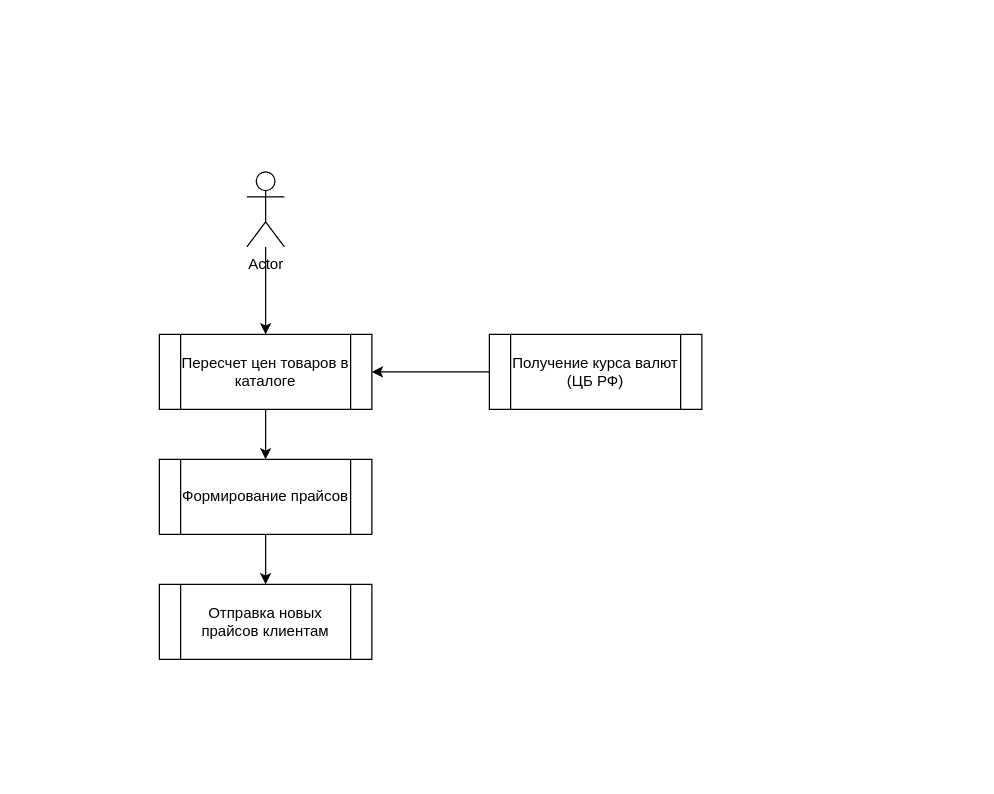
This is Diagramms/Processes.drawio from Calabonga/BackgroundWorker, a draw.io file, before an edit. Source tidied: cells renumbered, new cells numbered last; positions are measured from the earlier drawing's top-left corner, leaving out a move shared by most shapes. Both pictures are drawn from the tidied source at 125%, with x=0, y=0 at pixel (159, 171).
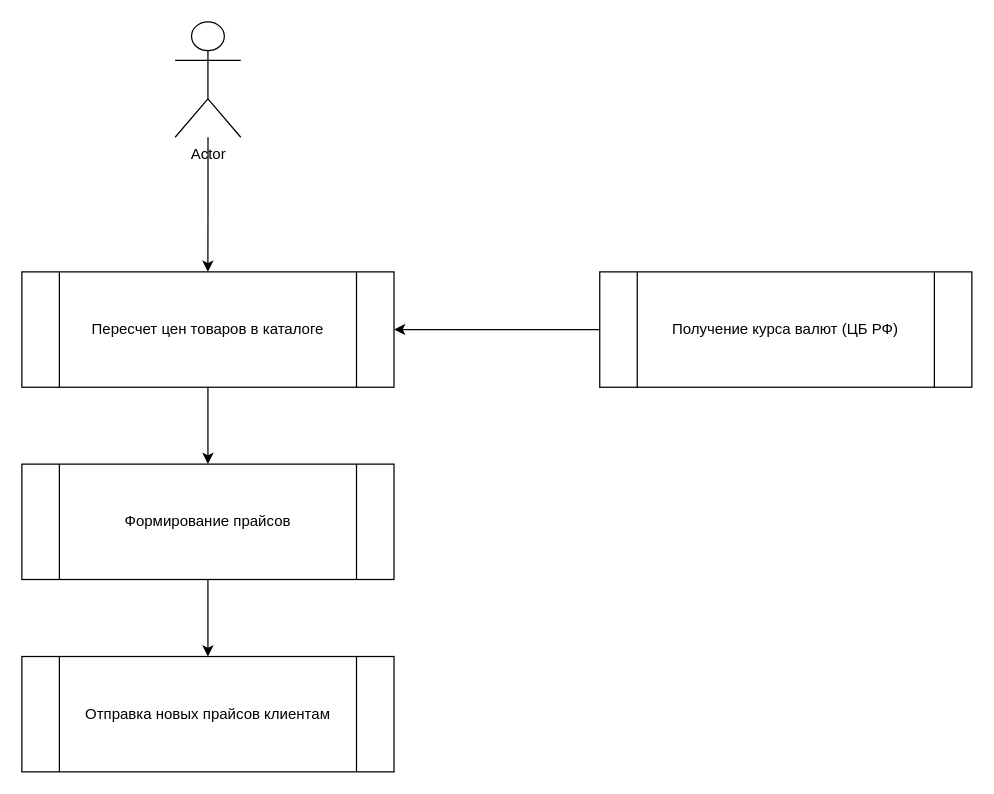
Above is the later version.

Diff of the diagram source:
```diff
@@
 <mxGraphModel>
   <root>
     <mxCell id="0" />
     <mxCell id="1" parent="0" />
+    <mxCell id="11" style="group;" parent="1" vertex="1">
+      <mxGeometry x="-110" y="-120" width="760" height="600" as="geometry" />
+    </mxCell>
+    <mxCell id="3" value="Actor" style="shape=umlActor;verticalLabelPosition=bottom;verticalAlign=top;html=1;outlineConnect=0;sketch=0;" parent="11" vertex="1">
+      <mxGeometry x="122.6" width="52.5" height="92.3" as="geometry" />
+    </mxCell>
+    <mxCell id="5" value="Пересчет цен товаров в каталоге" style="shape=process;whiteSpace=wrap;html=1;backgroundOutline=1;verticalAlign=middle;align=center;" parent="11" vertex="1">
+      <mxGeometry y="200" width="297.7" height="92.3" as="geometry" />
+    </mxCell>
-    <mxCell id="2" style="edgeStyle=orthogonalEdgeStyle;rounded=0;jettySize=auto;html=1;" parent="1" edge="1" source="3" target="5">
+    <mxCell id="2" style="edgeStyle=orthogonalEdgeStyle;rounded=0;jettySize=auto;html=1;" parent="11" edge="1" source="3" target="5">
       <mxGeometry relative="1" as="geometry" />
     </mxCell>
-    <mxCell id="3" value="Actor" style="shape=umlActor;verticalLabelPosition=bottom;verticalAlign=top;html=1;outlineConnect=0;sketch=0;" parent="1" vertex="1">
-      <mxGeometry x="70" width="30" height="60" as="geometry" />
-    </mxCell>
+    <mxCell id="7" value="Формирование прайсов" style="shape=process;whiteSpace=wrap;html=1;backgroundOutline=1;verticalAlign=middle;align=center;" parent="11" vertex="1">
+      <mxGeometry y="353.8" width="297.7" height="92.3" as="geometry" />
+    </mxCell>
-    <mxCell id="4" style="edgeStyle=orthogonalEdgeStyle;rounded=0;jettySize=auto;html=1;" parent="1" edge="1" source="5" target="7">
+    <mxCell id="4" style="edgeStyle=orthogonalEdgeStyle;rounded=0;jettySize=auto;html=1;" parent="11" edge="1" source="5" target="7">
       <mxGeometry relative="1" as="geometry" />
     </mxCell>
-    <mxCell id="5" value="Пересчет цен товаров в каталоге" style="shape=process;whiteSpace=wrap;html=1;backgroundOutline=1;verticalAlign=middle;align=center;" parent="1" vertex="1">
-      <mxGeometry y="130" width="170" height="60" as="geometry" />
-    </mxCell>
+    <mxCell id="8" value="Отправка новых прайсов клиентам" style="shape=process;whiteSpace=wrap;html=1;backgroundOutline=1;verticalAlign=middle;align=center;" parent="11" vertex="1">
+      <mxGeometry y="507.7" width="297.7" height="92.3" as="geometry" />
+    </mxCell>
-    <mxCell id="6" style="edgeStyle=orthogonalEdgeStyle;rounded=0;jettySize=auto;html=1;" parent="1" edge="1" source="7" target="8">
+    <mxCell id="6" style="edgeStyle=orthogonalEdgeStyle;rounded=0;jettySize=auto;html=1;" parent="11" edge="1" source="7" target="8">
       <mxGeometry relative="1" as="geometry" />
     </mxCell>
-    <mxCell id="7" value="Формирование прайсов" style="shape=process;whiteSpace=wrap;html=1;backgroundOutline=1;verticalAlign=middle;align=center;" parent="1" vertex="1">
-      <mxGeometry y="230" width="170" height="60" as="geometry" />
-    </mxCell>
-    <mxCell id="8" value="Отправка новых прайсов клиентам" style="shape=process;whiteSpace=wrap;html=1;backgroundOutline=1;verticalAlign=middle;align=center;" parent="1" vertex="1">
-      <mxGeometry y="330" width="170" height="60" as="geometry" />
-    </mxCell>
-    <mxCell id="9" style="edgeStyle=orthogonalEdgeStyle;rounded=0;jettySize=auto;html=1;exitX=0;exitY=0.5;exitDx=0;exitDy=0;entryX=1;entryY=0.5;entryDx=0;entryDy=0;" parent="1" edge="1" source="10" target="5">
+    <mxCell id="9" style="edgeStyle=orthogonalEdgeStyle;rounded=0;jettySize=auto;html=1;exitX=0;exitY=0.5;exitDx=0;exitDy=0;entryX=1;entryY=0.5;entryDx=0;entryDy=0;" parent="11" edge="1" source="10" target="5">
       <mxGeometry relative="1" as="geometry" />
     </mxCell>
-    <mxCell id="10" value="Получение курса валют (ЦБ РФ)" style="shape=process;whiteSpace=wrap;html=1;backgroundOutline=1;verticalAlign=middle;align=center;" parent="1" vertex="1">
-      <mxGeometry x="264" y="130" width="170" height="60" as="geometry" />
+    <mxCell id="10" value="Получение курса валют (ЦБ РФ)" style="shape=process;whiteSpace=wrap;html=1;backgroundOutline=1;verticalAlign=middle;align=center;" parent="11" vertex="1">
+      <mxGeometry x="462.3" y="200" width="297.7" height="92.3" as="geometry" />
     </mxCell>
   </root>
 </mxGraphModel>
```
